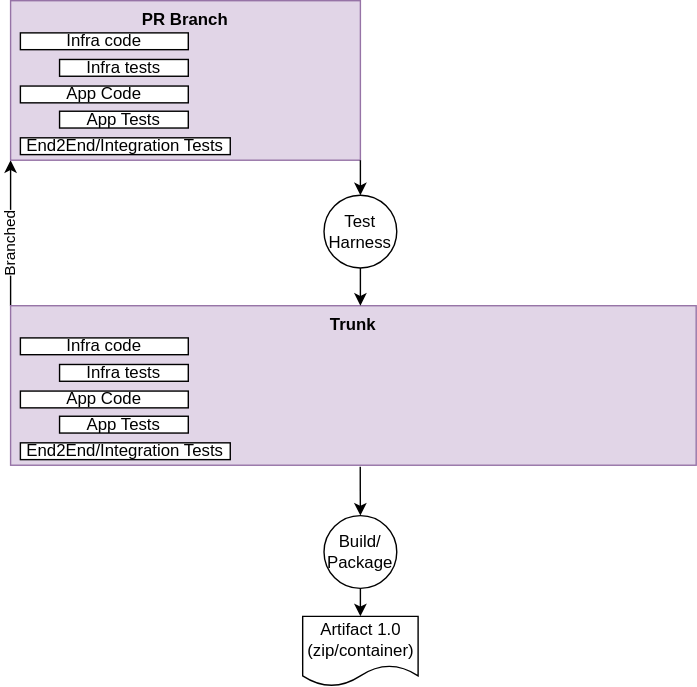
Before: assets/images/deployments.svg, a diagram exported from draw.io (vjavle/minimal-mistakes). Source tidied: cells renumbered, new cells last; positions are measured from the earlier drawing's top-left corner, leaving out a move shared by most shapes.
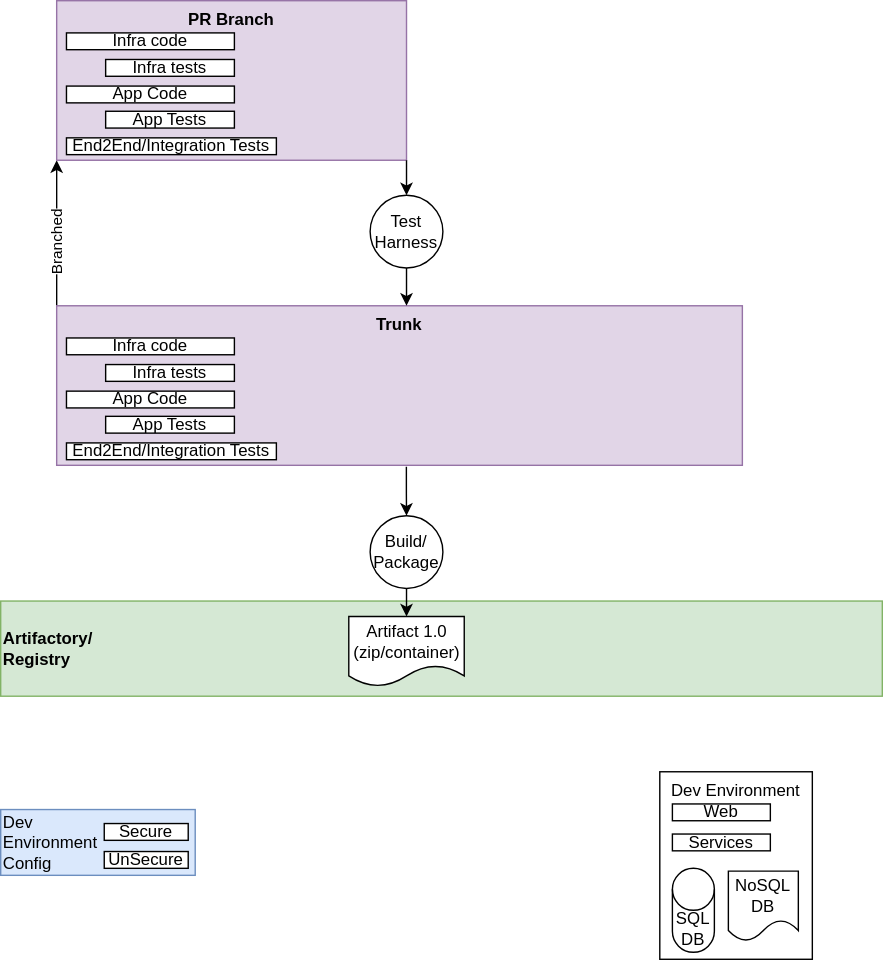
Above is the later version.

Change to the diagram source:
```diff
@@ -2,6 +2,12 @@
   <root>
     <mxCell id="0" />
     <mxCell id="1" parent="0" />
+    <mxCell id="23" value="Dev Environment" style="rounded=0;whiteSpace=wrap;html=1;verticalAlign=top;" parent="1" vertex="1">
+      <mxGeometry x="431" y="551" width="109" height="134" as="geometry" />
+    </mxCell>
+    <mxCell id="24" value="Artifactory/&lt;br&gt;Registry" style="rounded=0;whiteSpace=wrap;html=1;align=left;fillColor=#d5e8d4;strokeColor=#82b366;fontStyle=1;" parent="1" vertex="1">
+      <mxGeometry x="-40" y="429" width="630" height="68" as="geometry" />
+    </mxCell>
     <mxCell id="2" style="edgeStyle=orthogonalEdgeStyle;rounded=0;jettySize=auto;html=1;entryX=0;entryY=1;entryDx=0;entryDy=0;exitX=0;exitY=0;exitDx=0;exitDy=0;" parent="1" edge="1" source="11" target="4">
       <mxGeometry relative="1" as="geometry" />
     </mxCell>
@@ -67,5 +73,29 @@
     <mxCell id="22" value="Build/&lt;br&gt;Package" style="ellipse;whiteSpace=wrap;html=1;" parent="1" vertex="1">
       <mxGeometry x="224" y="368" width="52" height="52" as="geometry" />
     </mxCell>
+    <mxCell id="25" style="group;" parent="1" vertex="1">
+      <mxGeometry x="-40" y="578" width="139" height="47" as="geometry" />
+    </mxCell>
+    <mxCell id="26" value="&lt;div&gt;Dev&lt;/div&gt;&lt;div&gt;Environment&lt;/div&gt;&lt;div&gt;Config&lt;br&gt;&lt;/div&gt;" style="rounded=0;whiteSpace=wrap;html=1;horizontal=1;align=left;fillColor=#dae8fc;strokeColor=#6c8ebf;" parent="25" vertex="1">
+      <mxGeometry width="139" height="47" as="geometry" />
+    </mxCell>
+    <mxCell id="27" value="UnSecure" style="rounded=0;whiteSpace=wrap;html=1;" parent="25" vertex="1">
+      <mxGeometry x="74" y="30" width="60" height="12" as="geometry" />
+    </mxCell>
+    <mxCell id="28" value="Secure" style="rounded=0;whiteSpace=wrap;html=1;" parent="25" vertex="1">
+      <mxGeometry x="74" y="10" width="60" height="12" as="geometry" />
+    </mxCell>
+    <mxCell id="29" value="Web" style="rounded=0;whiteSpace=wrap;html=1;" parent="1" vertex="1">
+      <mxGeometry x="440" y="574" width="70" height="12" as="geometry" />
+    </mxCell>
+    <mxCell id="30" value="Services" style="rounded=0;whiteSpace=wrap;html=1;" parent="1" vertex="1">
+      <mxGeometry x="440" y="595.5" width="70" height="12" as="geometry" />
+    </mxCell>
+    <mxCell id="31" value="&lt;div&gt;SQL&lt;/div&gt;&lt;div&gt;DB&lt;br&gt;&lt;/div&gt;" style="shape=cylinder3;whiteSpace=wrap;html=1;boundedLbl=1;backgroundOutline=1;size=15;" parent="1" vertex="1">
+      <mxGeometry x="440" y="620" width="30" height="60" as="geometry" />
+    </mxCell>
+    <mxCell id="32" value="&lt;div&gt;NoSQL&lt;br&gt;DB&lt;br&gt;&lt;/div&gt;" style="shape=document;whiteSpace=wrap;html=1;boundedLbl=1;" parent="1" vertex="1">
+      <mxGeometry x="480" y="622" width="50" height="50" as="geometry" />
+    </mxCell>
   </root>
 </mxGraphModel>
```
